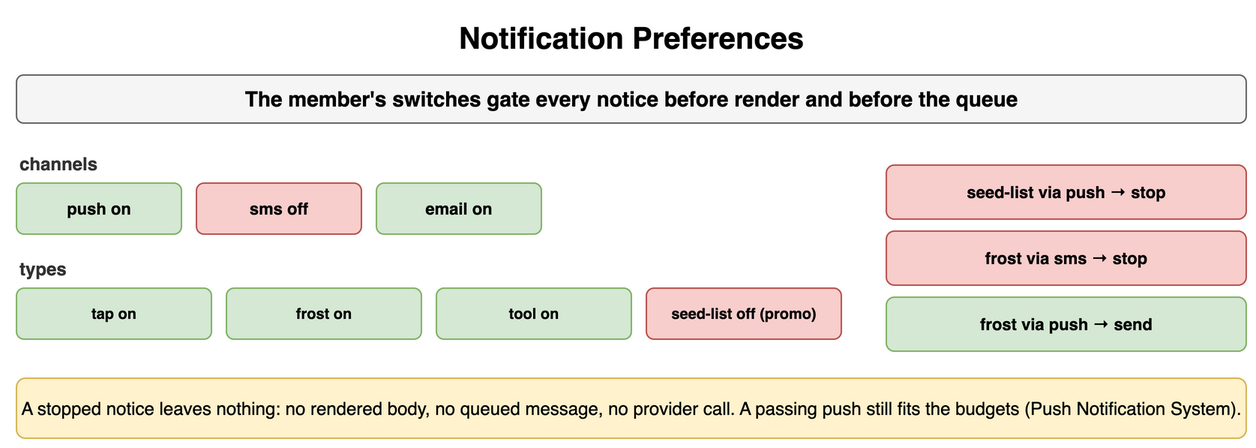
This is content/09_System_Design_Interview/21_Real_Time_and_Notification_Systems/diagrams/notifications-3-notification-preferences.png from amendez13/swe-study-guide, a draw.io export, as it was before one commit. Source tidied: cells renumbered, new cells last; positions are measured from the earlier drawing's top-left corner, leaving out a move shared by most shapes.
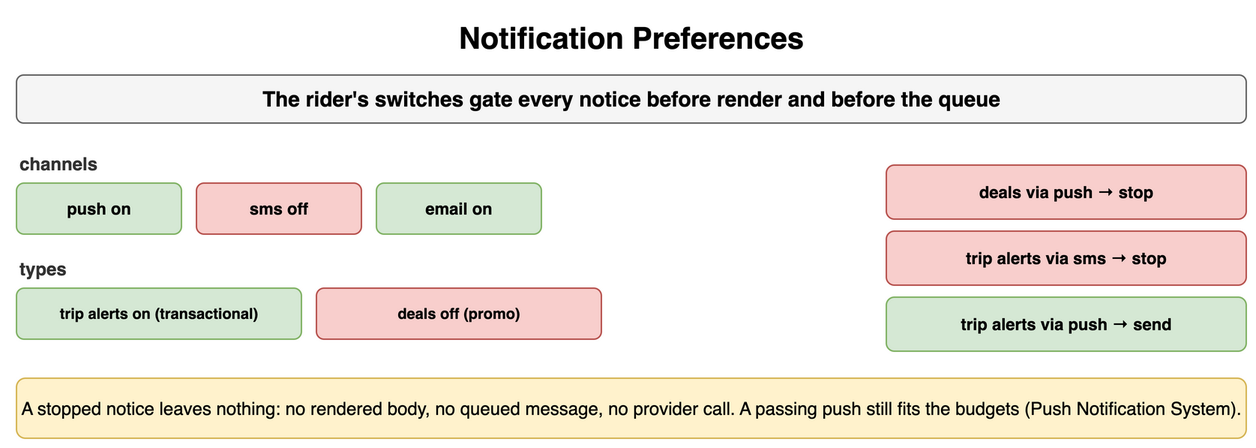
After the change.

The edit, as a diff of the source:
```diff
@@ -5,7 +5,7 @@
     <mxCell id="2" value="Notification Preferences" style="text;html=1;align=center;verticalAlign=middle;whiteSpace=wrap;fontSize=20;fontStyle=1;" parent="1" vertex="1">
       <mxGeometry width="820" height="30" as="geometry" />
     </mxCell>
-    <mxCell id="3" value="The member's switches gate every notice before render and before the queue" style="rounded=1;whiteSpace=wrap;html=1;fillColor=#f5f5f5;strokeColor=#666666;fontStyle=1;fontSize=14;" parent="1" vertex="1">
+    <mxCell id="3" value="The rider's switches gate every notice before render and before the queue" style="rounded=1;whiteSpace=wrap;html=1;fillColor=#f5f5f5;strokeColor=#666666;fontStyle=1;fontSize=14;" parent="1" vertex="1">
       <mxGeometry y="40" width="820" height="32" as="geometry" />
     </mxCell>
     <mxCell id="4" value="channels" style="text;html=1;whiteSpace=wrap;fontSize=11;align=left;verticalAlign=middle;fontSize=12;fontColor=#333333;fontStyle=1;" parent="1" vertex="1">
@@ -23,29 +23,23 @@
     <mxCell id="8" value="email on" style="rounded=1;whiteSpace=wrap;html=1;fillColor=#d5e8d4;strokeColor=#82b366;fontSize=11;align=center;fontStyle=1;" parent="1" vertex="1">
       <mxGeometry x="240" y="112" width="110" height="34" as="geometry" />
     </mxCell>
-    <mxCell id="9" value="tap on" style="rounded=1;whiteSpace=wrap;html=1;fillColor=#d5e8d4;strokeColor=#82b366;fontSize=10;align=center;fontStyle=1;" parent="1" vertex="1">
-      <mxGeometry y="182" width="130" height="34" as="geometry" />
+    <mxCell id="9" value="trip alerts on (transactional)" style="rounded=1;whiteSpace=wrap;html=1;fillColor=#d5e8d4;strokeColor=#82b366;fontSize=10;align=center;fontStyle=1;" parent="1" vertex="1">
+      <mxGeometry y="182" width="190" height="34" as="geometry" />
     </mxCell>
-    <mxCell id="10" value="frost on" style="rounded=1;whiteSpace=wrap;html=1;fillColor=#d5e8d4;strokeColor=#82b366;fontSize=10;align=center;fontStyle=1;" parent="1" vertex="1">
-      <mxGeometry x="140" y="182" width="130" height="34" as="geometry" />
+    <mxCell id="10" value="deals off (promo)" style="rounded=1;whiteSpace=wrap;html=1;fillColor=#f8cecc;strokeColor=#b85450;fontSize=10;align=center;fontStyle=1;" parent="1" vertex="1">
+      <mxGeometry x="200" y="182" width="190" height="34" as="geometry" />
     </mxCell>
-    <mxCell id="11" value="tool on" style="rounded=1;whiteSpace=wrap;html=1;fillColor=#d5e8d4;strokeColor=#82b366;fontSize=10;align=center;fontStyle=1;" parent="1" vertex="1">
-      <mxGeometry x="280" y="182" width="130" height="34" as="geometry" />
+    <mxCell id="11" value="deals via push → stop" style="rounded=1;whiteSpace=wrap;html=1;fillColor=#f8cecc;strokeColor=#b85450;fontSize=11;align=center;fontStyle=1;" parent="1" vertex="1">
+      <mxGeometry x="580" y="100" width="240" height="36" as="geometry" />
     </mxCell>
-    <mxCell id="12" value="seed-list off (promo)" style="rounded=1;whiteSpace=wrap;html=1;fillColor=#f8cecc;strokeColor=#b85450;fontSize=10;align=center;fontStyle=1;" parent="1" vertex="1">
-      <mxGeometry x="420" y="182" width="130" height="34" as="geometry" />
+    <mxCell id="12" value="trip alerts via sms → stop" style="rounded=1;whiteSpace=wrap;html=1;fillColor=#f8cecc;strokeColor=#b85450;fontSize=11;align=center;fontStyle=1;" parent="1" vertex="1">
+      <mxGeometry x="580" y="144" width="240" height="36" as="geometry" />
     </mxCell>
-    <mxCell id="13" value="seed-list via push → stop" style="rounded=1;whiteSpace=wrap;html=1;fillColor=#f8cecc;strokeColor=#b85450;fontSize=11;align=center;fontStyle=1;" parent="1" vertex="1">
-      <mxGeometry x="580" y="100" width="240" height="36" as="geometry" />
+    <mxCell id="13" value="trip alerts via push → send" style="rounded=1;whiteSpace=wrap;html=1;fillColor=#d5e8d4;strokeColor=#82b366;fontSize=11;align=center;fontStyle=1;" parent="1" vertex="1">
+      <mxGeometry x="580" y="188" width="240" height="36" as="geometry" />
     </mxCell>
-    <mxCell id="14" value="frost via sms → stop" style="rounded=1;whiteSpace=wrap;html=1;fillColor=#f8cecc;strokeColor=#b85450;fontSize=11;align=center;fontStyle=1;" parent="1" vertex="1">
-      <mxGeometry x="580" y="144" width="240" height="36" as="geometry" />
+    <mxCell id="14" value="A stopped notice leaves nothing: no rendered body, no queued message, no provider call. A passing push still fits the budgets (Push Notification System)." style="rounded=1;whiteSpace=wrap;html=1;fillColor=#fff2cc;strokeColor=#d6b656;fontSize=12;align=center;" parent="1" vertex="1">
+      <mxGeometry y="242" width="820" height="40" as="geometry" />
     </mxCell>
-    <mxCell id="15" value="frost via push → send" style="rounded=1;whiteSpace=wrap;html=1;fillColor=#d5e8d4;strokeColor=#82b366;fontSize=11;align=center;fontStyle=1;" parent="1" vertex="1">
-      <mxGeometry x="580" y="188" width="240" height="36" as="geometry" />
-    </mxCell>
-    <mxCell id="16" value="A stopped notice leaves nothing: no rendered body, no queued message, no provider call. A passing push still fits the budgets (Push Notification System)." style="rounded=1;whiteSpace=wrap;html=1;fillColor=#fff2cc;strokeColor=#d6b656;fontSize=12;align=center;" parent="1" vertex="1">
-      <mxGeometry y="242" width="820" height="40" as="geometry" />
-    </mxCell>
   </root>
 </mxGraphModel>
```
